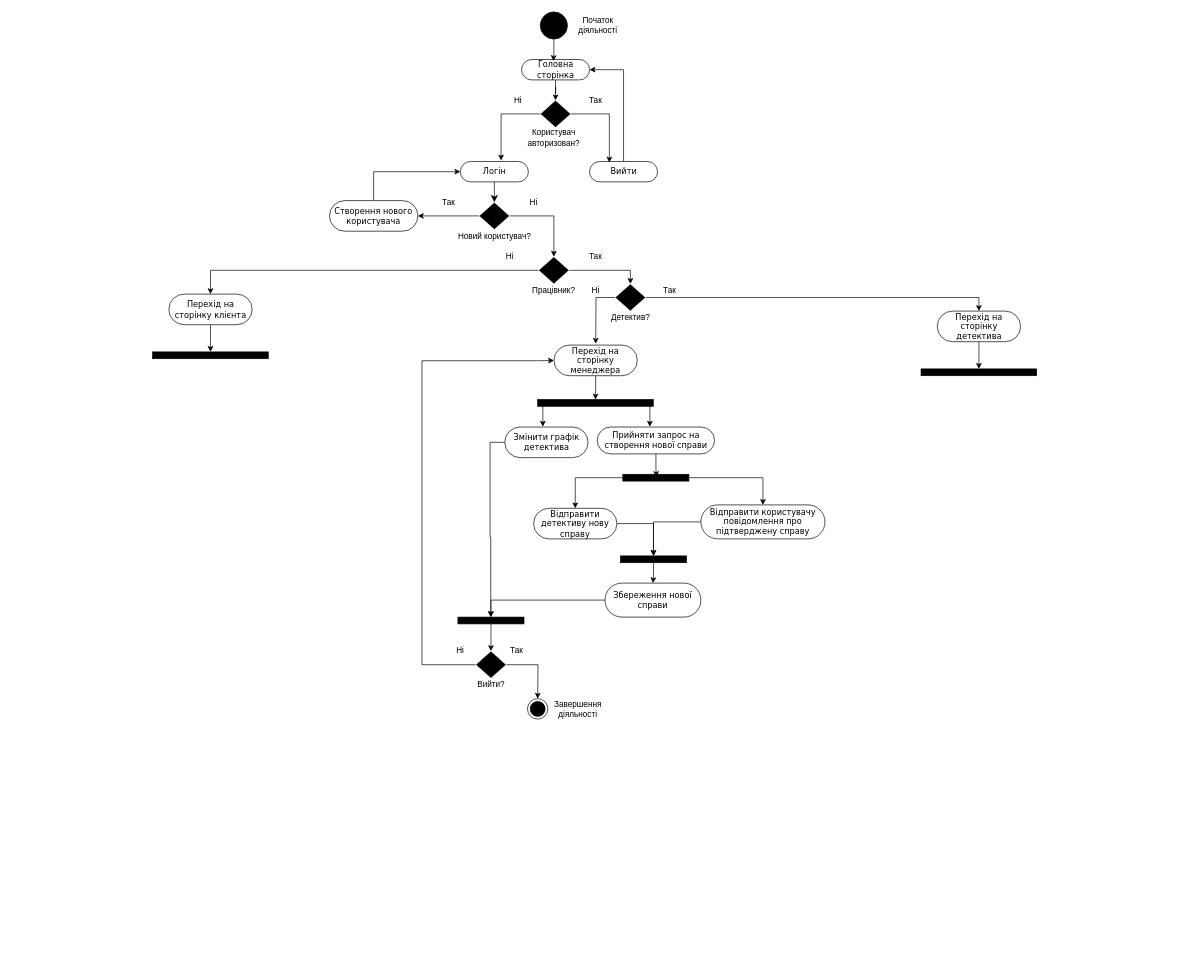
This is Діаграма без назви.drawio from Blaxwo/detective_agency, a draw.io file, before an edit. Source tidied: cells renumbered, new cells numbered last; positions are measured from the earlier drawing's top-left corner, leaving out a move shared by most shapes. Both pictures are drawn from the tidied source at 68%, with x=0, y=0 at pixel (152, 12).
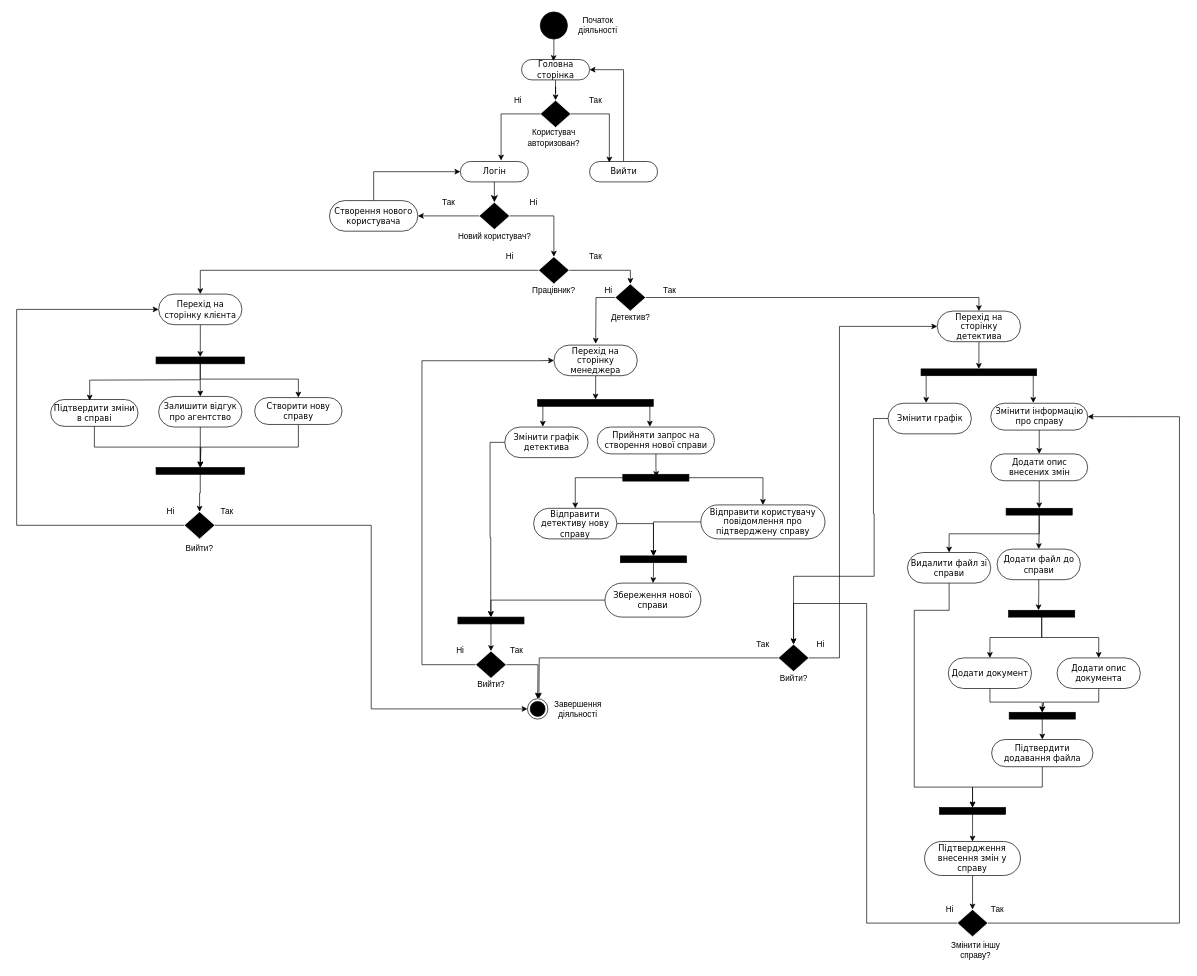
Above is the later version.

Commit message:
adding all the components

The change refers to these unchanged cells:
```xml
<mxCell id="62" style="ellipse;html=1;shape=endState;fillColor=#000000;strokeColor=#000000;" parent="1" vertex="1">
  <mxGeometry x="551.2" y="1010" width="30" height="30" as="geometry" />
</mxCell>
<mxCell id="72" value="Перехід на сторінку детектива" style="rounded=1;whiteSpace=wrap;html=1;shadow=0;comic=0;labelBackgroundColor=none;strokeWidth=1;fontFamily=Verdana;fontSize=12;align=center;arcSize=50;" parent="1" vertex="1">
  <mxGeometry x="1153.8" y="440" width="122.5" height="45" as="geometry" />
</mxCell>
```

Change to the diagram source:
```diff
@@
     <mxCell id="37" value="Ні" style="rounded=0;whiteSpace=wrap;html=1;fillColor=none;strokeColor=none;" parent="1" vertex="1">
-      <mxGeometry x="634" y="400" width="35" height="20" as="geometry" />
+      <mxGeometry x="652.9" y="400" width="35" height="20" as="geometry" />
     </mxCell>
@@
-    <mxCell id="65" style="whiteSpace=wrap;html=1;rounded=0;shadow=0;comic=0;labelBackgroundColor=none;strokeWidth=1;fillColor=#000000;fontFamily=Verdana;fontSize=12;align=center;rotation=0;" parent="1" vertex="1">
-      <mxGeometry y="500" width="170" height="10" as="geometry" />
-    </mxCell>
@@
-    <mxCell id="68" style="edgeStyle=orthogonalEdgeStyle;rounded=0;jettySize=auto;html=1;entryX=0.5;entryY=0;entryDx=0;entryDy=0;" parent="1" edge="1" source="69" target="65">
-      <mxGeometry relative="1" as="geometry" />
-    </mxCell>
+    <mxCell id="73" style="edgeStyle=orthogonalEdgeStyle;rounded=0;jettySize=auto;html=1;entryX=0.5;entryY=0;entryDx=0;entryDy=0;" parent="1" edge="1" source="69" target="80">
+      <mxGeometry relative="1" as="geometry" />
+    </mxCell>
     <mxCell id="69" value="Перехід на сторінку клієнта" style="rounded=1;whiteSpace=wrap;html=1;shadow=0;comic=0;labelBackgroundColor=none;strokeWidth=1;fontFamily=Verdana;fontSize=12;align=center;arcSize=50;" parent="1" vertex="1">
-      <mxGeometry x="23.8" y="415" width="122.5" height="45" as="geometry" />
+      <mxGeometry x="8.8" y="415" width="122.5" height="45" as="geometry" />
     </mxCell>
@@
+    <mxCell id="74" style="edgeStyle=orthogonalEdgeStyle;rounded=0;jettySize=auto;html=1;" parent="1" edge="1" source="75">
+      <mxGeometry relative="1" as="geometry">
+        <mxPoint x="70" y="670" as="targetPoint" />
+        <Array as="points">
+          <mxPoint x="214" y="640" />
+          <mxPoint x="71" y="640" />
+          <mxPoint x="71" y="670" />
+        </Array>
+      </mxGeometry>
+    </mxCell>
+    <mxCell id="75" value="Створити нову справу" style="rounded=1;whiteSpace=wrap;html=1;shadow=0;comic=0;labelBackgroundColor=none;strokeWidth=1;fontFamily=Verdana;fontSize=12;align=center;arcSize=50;" parent="1" vertex="1">
+      <mxGeometry x="150" y="567.2" width="128.5" height="39.5" as="geometry" />
+    </mxCell>
+    <mxCell id="76" style="edgeStyle=orthogonalEdgeStyle;rounded=0;jettySize=auto;html=1;exitX=0.5;exitY=1;exitDx=0;exitDy=0;entryX=0.5;entryY=0;entryDx=0;entryDy=0;" parent="1" edge="1" source="77" target="84">
+      <mxGeometry relative="1" as="geometry" />
+    </mxCell>
+    <mxCell id="77" value="Залишити відгук про агентство" style="rounded=1;whiteSpace=wrap;html=1;shadow=0;comic=0;labelBackgroundColor=none;strokeWidth=1;fontFamily=Verdana;fontSize=12;align=center;arcSize=50;" parent="1" vertex="1">
+      <mxGeometry x="8.8" y="565.5" width="122.5" height="45" as="geometry" />
+    </mxCell>
+    <mxCell id="78" style="edgeStyle=orthogonalEdgeStyle;rounded=0;jettySize=auto;html=1;" parent="1" edge="1" source="80" target="77">
+      <mxGeometry relative="1" as="geometry" />
+    </mxCell>
+    <mxCell id="79" style="edgeStyle=orthogonalEdgeStyle;rounded=0;jettySize=auto;html=1;entryX=0.5;entryY=0;entryDx=0;entryDy=0;" parent="1" edge="1" source="80" target="75">
+      <mxGeometry relative="1" as="geometry">
+        <Array as="points">
+          <mxPoint x="70" y="540" />
+          <mxPoint x="214" y="540" />
+        </Array>
+      </mxGeometry>
+    </mxCell>
+    <mxCell id="80" style="whiteSpace=wrap;html=1;rounded=0;shadow=0;comic=0;labelBackgroundColor=none;strokeWidth=1;fillColor=#000000;fontFamily=Verdana;fontSize=12;align=center;rotation=0;" parent="1" vertex="1">
+      <mxGeometry x="5" y="507.5" width="130" height="10" as="geometry" />
+    </mxCell>
+    <mxCell id="81" style="edgeStyle=orthogonalEdgeStyle;rounded=0;jettySize=auto;html=1;entryX=0.5;entryY=0;entryDx=0;entryDy=0;" parent="1" edge="1" source="82" target="84">
+      <mxGeometry relative="1" as="geometry">
+        <Array as="points">
+          <mxPoint x="-86" y="640" />
+          <mxPoint x="70" y="640" />
+        </Array>
+      </mxGeometry>
+    </mxCell>
+    <mxCell id="82" value="Підтвердити зміни в справі" style="rounded=1;whiteSpace=wrap;html=1;shadow=0;comic=0;labelBackgroundColor=none;strokeWidth=1;fontFamily=Verdana;fontSize=12;align=center;arcSize=50;" parent="1" vertex="1">
+      <mxGeometry x="-150" y="570" width="128.5" height="39.5" as="geometry" />
+    </mxCell>
+    <mxCell id="83" style="edgeStyle=orthogonalEdgeStyle;rounded=0;jettySize=auto;html=1;entryX=0.5;entryY=0;entryDx=0;entryDy=0;" parent="1" edge="1" source="84" target="88">
+      <mxGeometry relative="1" as="geometry" />
+    </mxCell>
+    <mxCell id="84" style="whiteSpace=wrap;html=1;rounded=0;shadow=0;comic=0;labelBackgroundColor=none;strokeWidth=1;fillColor=#000000;fontFamily=Verdana;fontSize=12;align=center;rotation=0;" parent="1" vertex="1">
+      <mxGeometry x="5" y="670" width="130" height="10" as="geometry" />
+    </mxCell>
+    <mxCell id="85" style="edgeStyle=orthogonalEdgeStyle;rounded=0;jettySize=auto;html=1;entryX=0.447;entryY=0.042;entryDx=0;entryDy=0;entryPerimeter=0;" parent="1" edge="1" target="82">
+      <mxGeometry relative="1" as="geometry">
+        <mxPoint x="70" y="541" as="sourcePoint" />
+      </mxGeometry>
+    </mxCell>
+    <mxCell id="86" style="edgeStyle=orthogonalEdgeStyle;rounded=0;jettySize=auto;html=1;entryX=0;entryY=0.5;entryDx=0;entryDy=0;" parent="1" edge="1" source="88" target="62">
+      <mxGeometry relative="1" as="geometry" />
+    </mxCell>
+    <mxCell id="87" style="edgeStyle=orthogonalEdgeStyle;rounded=0;jettySize=auto;html=1;entryX=0;entryY=0.5;entryDx=0;entryDy=0;" parent="1" edge="1" source="88" target="69">
+      <mxGeometry relative="1" as="geometry">
+        <Array as="points">
+          <mxPoint x="-200" y="755" />
+          <mxPoint x="-200" y="438" />
+        </Array>
+      </mxGeometry>
+    </mxCell>
+    <mxCell id="88" style="rhombus;whiteSpace=wrap;html=1;fillColor=#000000;strokeColor=#FFFFFF;" parent="1" vertex="1">
+      <mxGeometry x="46.5" y="735" width="45" height="40" as="geometry" />
+    </mxCell>
+    <mxCell id="89" value="Так" style="rounded=0;whiteSpace=wrap;html=1;fillColor=none;strokeColor=none;" parent="1" vertex="1">
+      <mxGeometry x="91.5" y="725" width="35" height="20" as="geometry" />
+    </mxCell>
+    <mxCell id="90" value="Ні" style="rounded=0;whiteSpace=wrap;html=1;fillColor=none;strokeColor=none;" parent="1" vertex="1">
+      <mxGeometry x="8.8" y="725" width="35" height="20" as="geometry" />
+    </mxCell>
+    <mxCell id="91" value="Вийти?" style="rounded=0;whiteSpace=wrap;html=1;fillColor=none;strokeColor=none;" parent="1" vertex="1">
+      <mxGeometry x="40.9" y="780" width="56.2" height="20" as="geometry" />
+    </mxCell>
+    <mxCell id="92" style="edgeStyle=orthogonalEdgeStyle;rounded=0;jettySize=auto;html=1;entryX=0.5;entryY=0;entryDx=0;entryDy=0;exitX=0.5;exitY=1;exitDx=0;exitDy=0;" parent="1" edge="1" source="94" target="102">
+      <mxGeometry relative="1" as="geometry" />
+    </mxCell>
+    <mxCell id="93" style="edgeStyle=orthogonalEdgeStyle;rounded=0;jettySize=auto;html=1;exitX=0.5;exitY=1;exitDx=0;exitDy=0;entryX=0.5;entryY=0;entryDx=0;entryDy=0;" parent="1" edge="1" source="94" target="108">
+      <mxGeometry relative="1" as="geometry" />
+    </mxCell>
+    <mxCell id="94" style="whiteSpace=wrap;html=1;rounded=0;shadow=0;comic=0;labelBackgroundColor=none;strokeWidth=1;fillColor=#000000;fontFamily=Verdana;fontSize=12;align=center;rotation=0;" parent="1" vertex="1">
+      <mxGeometry x="1255.1" y="730" width="97.2" height="10" as="geometry" />
+    </mxCell>
+    <mxCell id="95" style="endArrow=classic;html=1;rounded=0;" parent="1" edge="1">
+      <mxGeometry relative="1" as="geometry">
+        <mxPoint x="1137.5" y="535" as="sourcePoint" />
+        <mxPoint x="1137.5" y="575" as="targetPoint" />
+      </mxGeometry>
+    </mxCell>
+    <mxCell id="96" style="endArrow=classic;html=1;rounded=0;" parent="1" edge="1">
+      <mxGeometry relative="1" as="geometry">
+        <mxPoint x="1295" y="535" as="sourcePoint" />
+        <mxPoint x="1295" y="575" as="targetPoint" />
+      </mxGeometry>
+    </mxCell>
+    <mxCell id="97" style="edgeStyle=orthogonalEdgeStyle;rounded=0;jettySize=auto;html=1;entryX=0.5;entryY=0;entryDx=0;entryDy=0;" parent="1" edge="1" source="98" target="110">
+      <mxGeometry relative="1" as="geometry" />
+    </mxCell>
+    <mxCell id="98" value="Змінити інформацію про справу" style="rounded=1;whiteSpace=wrap;html=1;shadow=0;comic=0;labelBackgroundColor=none;strokeWidth=1;fontFamily=Verdana;fontSize=12;align=center;arcSize=50;" parent="1" vertex="1">
+      <mxGeometry x="1232.5" y="575.5" width="142.5" height="39.5" as="geometry" />
+    </mxCell>
+    <mxCell id="99" style="edgeStyle=orthogonalEdgeStyle;rounded=0;jettySize=auto;html=1;entryX=0.5;entryY=0;entryDx=0;entryDy=0;" parent="1" edge="1" source="100" target="124">
+      <mxGeometry relative="1" as="geometry">
+        <Array as="points">
+          <mxPoint x="1060" y="598" />
+          <mxPoint x="1060" y="738" />
+          <mxPoint x="1061" y="738" />
+          <mxPoint x="1061" y="830" />
+          <mxPoint x="943" y="830" />
+        </Array>
+      </mxGeometry>
+    </mxCell>
+    <mxCell id="100" value="Змінити графік" style="rounded=1;whiteSpace=wrap;html=1;shadow=0;comic=0;labelBackgroundColor=none;strokeWidth=1;fontFamily=Verdana;fontSize=12;align=center;arcSize=50;" parent="1" vertex="1">
+      <mxGeometry x="1081.5" y="575.5" width="122.5" height="45" as="geometry" />
+    </mxCell>
+    <mxCell id="101" style="edgeStyle=orthogonalEdgeStyle;rounded=0;jettySize=auto;html=1;entryX=0.5;entryY=0;entryDx=0;entryDy=0;exitX=0.5;exitY=1;exitDx=0;exitDy=0;" parent="1" edge="1" source="102" target="106">
+      <mxGeometry relative="1" as="geometry">
+        <Array as="points">
+          <mxPoint x="1171" y="880" />
+          <mxPoint x="1120" y="880" />
+          <mxPoint x="1120" y="1140" />
+          <mxPoint x="1206" y="1140" />
+        </Array>
+      </mxGeometry>
+    </mxCell>
+    <mxCell id="102" value="Видалити файл зі справи" style="rounded=1;whiteSpace=wrap;html=1;shadow=0;comic=0;labelBackgroundColor=none;strokeWidth=1;fontFamily=Verdana;fontSize=12;align=center;arcSize=50;" parent="1" vertex="1">
+      <mxGeometry x="1110" y="795" width="122.5" height="45" as="geometry" />
+    </mxCell>
+    <mxCell id="103" style="edgeStyle=orthogonalEdgeStyle;rounded=0;jettySize=auto;html=1;entryX=0.5;entryY=0;entryDx=0;entryDy=0;" parent="1" edge="1" source="104" target="130">
+      <mxGeometry relative="1" as="geometry" />
+    </mxCell>
+    <mxCell id="104" value="Підтвердження внесення змін у справу" style="rounded=1;whiteSpace=wrap;html=1;shadow=0;comic=0;labelBackgroundColor=none;strokeWidth=1;fontFamily=Verdana;fontSize=12;align=center;arcSize=50;" parent="1" vertex="1">
+      <mxGeometry x="1135.2" y="1220" width="141" height="50" as="geometry" />
+    </mxCell>
+    <mxCell id="105" style="edgeStyle=orthogonalEdgeStyle;rounded=0;jettySize=auto;html=1;" parent="1" edge="1" source="106" target="104">
+      <mxGeometry relative="1" as="geometry" />
+    </mxCell>
+    <mxCell id="106" style="whiteSpace=wrap;html=1;rounded=0;shadow=0;comic=0;labelBackgroundColor=none;strokeWidth=1;fillColor=#000000;fontFamily=Verdana;fontSize=12;align=center;rotation=0;" parent="1" vertex="1">
+      <mxGeometry x="1157.1" y="1170" width="97.2" height="10" as="geometry" />
+    </mxCell>
+    <mxCell id="107" style="edgeStyle=orthogonalEdgeStyle;rounded=0;jettySize=auto;html=1;entryX=0.5;entryY=0;entryDx=0;entryDy=0;exitX=0;exitY=0.5;exitDx=0;exitDy=0;" parent="1" edge="1" source="130" target="124">
+      <mxGeometry relative="1" as="geometry">
+        <Array as="points">
+          <mxPoint x="1050" y="1340" />
+          <mxPoint x="1050" y="870" />
+          <mxPoint x="943" y="870" />
+        </Array>
+      </mxGeometry>
+    </mxCell>
+    <mxCell id="108" value="Додати файл до справи" style="rounded=1;whiteSpace=wrap;html=1;shadow=0;comic=0;labelBackgroundColor=none;strokeWidth=1;fontFamily=Verdana;fontSize=12;align=center;arcSize=50;" parent="1" vertex="1">
+      <mxGeometry x="1241.8" y="790" width="122.5" height="45" as="geometry" />
+    </mxCell>
+    <mxCell id="109" style="edgeStyle=orthogonalEdgeStyle;rounded=0;jettySize=auto;html=1;entryX=0.5;entryY=0;entryDx=0;entryDy=0;" parent="1" edge="1" source="110" target="94">
+      <mxGeometry relative="1" as="geometry" />
+    </mxCell>
+    <mxCell id="110" value="Додати опис внесених змін" style="rounded=1;whiteSpace=wrap;html=1;shadow=0;comic=0;labelBackgroundColor=none;strokeWidth=1;fontFamily=Verdana;fontSize=12;align=center;arcSize=50;" parent="1" vertex="1">
+      <mxGeometry x="1232.5" y="650" width="142.5" height="39.5" as="geometry" />
+    </mxCell>
+    <mxCell id="111" style="edgeStyle=orthogonalEdgeStyle;rounded=0;jettySize=auto;html=1;entryX=0.5;entryY=0;entryDx=0;entryDy=0;exitX=0.5;exitY=1;exitDx=0;exitDy=0;" parent="1" edge="1" source="113" target="115">
+      <mxGeometry relative="1" as="geometry" />
+    </mxCell>
+    <mxCell id="112" style="edgeStyle=orthogonalEdgeStyle;rounded=0;jettySize=auto;html=1;entryX=0.5;entryY=0;entryDx=0;entryDy=0;" parent="1" edge="1" source="113" target="117">
+      <mxGeometry relative="1" as="geometry" />
+    </mxCell>
+    <mxCell id="113" style="whiteSpace=wrap;html=1;rounded=0;shadow=0;comic=0;labelBackgroundColor=none;strokeWidth=1;fillColor=#000000;fontFamily=Verdana;fontSize=12;align=center;rotation=0;" parent="1" vertex="1">
+      <mxGeometry x="1258.8" y="880" width="97.2" height="10" as="geometry" />
+    </mxCell>
+    <mxCell id="114" style="edgeStyle=orthogonalEdgeStyle;rounded=0;jettySize=auto;html=1;entryX=0.5;entryY=0;entryDx=0;entryDy=0;" parent="1" edge="1" source="115" target="122">
+      <mxGeometry relative="1" as="geometry" />
+    </mxCell>
+    <mxCell id="115" value="Додати документ" style="rounded=1;whiteSpace=wrap;html=1;shadow=0;comic=0;labelBackgroundColor=none;strokeWidth=1;fontFamily=Verdana;fontSize=12;align=center;arcSize=50;" parent="1" vertex="1">
+      <mxGeometry x="1170" y="950" width="122.5" height="45" as="geometry" />
+    </mxCell>
+    <mxCell id="116" style="edgeStyle=orthogonalEdgeStyle;rounded=0;jettySize=auto;html=1;entryX=0.5;entryY=0;entryDx=0;entryDy=0;" parent="1" edge="1" source="117" target="122">
+      <mxGeometry relative="1" as="geometry">
+        <Array as="points">
+          <mxPoint x="1391" y="1015" />
+          <mxPoint x="1310" y="1015" />
+          <mxPoint x="1310" y="1020" />
+          <mxPoint x="1308" y="1020" />
+        </Array>
+      </mxGeometry>
+    </mxCell>
+    <mxCell id="117" value="Додати опис документа" style="rounded=1;whiteSpace=wrap;html=1;shadow=0;comic=0;labelBackgroundColor=none;strokeWidth=1;fontFamily=Verdana;fontSize=12;align=center;arcSize=50;" parent="1" vertex="1">
+      <mxGeometry x="1330" y="950" width="122.5" height="45" as="geometry" />
+    </mxCell>
+    <mxCell id="118" style="edgeStyle=orthogonalEdgeStyle;rounded=0;jettySize=auto;html=1;entryX=0.452;entryY=0;entryDx=0;entryDy=0;entryPerimeter=0;" parent="1" edge="1" source="108" target="113">
+      <mxGeometry relative="1" as="geometry" />
+    </mxCell>
+    <mxCell id="119" style="edgeStyle=orthogonalEdgeStyle;rounded=0;jettySize=auto;html=1;entryX=0.5;entryY=0;entryDx=0;entryDy=0;" parent="1" edge="1" source="120" target="106">
+      <mxGeometry relative="1" as="geometry" />
+    </mxCell>
+    <mxCell id="120" value="Підтвердити додавання файла" style="rounded=1;whiteSpace=wrap;html=1;shadow=0;comic=0;labelBackgroundColor=none;strokeWidth=1;fontFamily=Verdana;fontSize=12;align=center;arcSize=50;" parent="1" vertex="1">
+      <mxGeometry x="1233.8" y="1070" width="149" height="40" as="geometry" />
+    </mxCell>
+    <mxCell id="121" style="edgeStyle=orthogonalEdgeStyle;rounded=0;jettySize=auto;html=1;entryX=0.5;entryY=0;entryDx=0;entryDy=0;" parent="1" edge="1" source="122" target="120">
+      <mxGeometry relative="1" as="geometry" />
+    </mxCell>
+    <mxCell id="122" style="whiteSpace=wrap;html=1;rounded=0;shadow=0;comic=0;labelBackgroundColor=none;strokeWidth=1;fillColor=#000000;fontFamily=Verdana;fontSize=12;align=center;rotation=0;" parent="1" vertex="1">
+      <mxGeometry x="1259.6" y="1030" width="97.2" height="10" as="geometry" />
+    </mxCell>
+    <mxCell id="123" style="edgeStyle=orthogonalEdgeStyle;rounded=0;jettySize=auto;html=1;entryX=0;entryY=0.5;entryDx=0;entryDy=0;" parent="1" edge="1" source="124" target="72">
+      <mxGeometry relative="1" as="geometry">
+        <Array as="points">
+          <mxPoint x="1010" y="950" />
+          <mxPoint x="1010" y="463" />
+        </Array>
+      </mxGeometry>
+    </mxCell>
+    <mxCell id="124" style="rhombus;whiteSpace=wrap;html=1;fillColor=#000000;strokeColor=#FFFFFF;" parent="1" vertex="1">
+      <mxGeometry x="920" y="930" width="45" height="40" as="geometry" />
+    </mxCell>
+    <mxCell id="125" value="Вийти?" style="rounded=0;whiteSpace=wrap;html=1;fillColor=none;strokeColor=none;" parent="1" vertex="1">
+      <mxGeometry x="915" y="970" width="56.2" height="20" as="geometry" />
+    </mxCell>
+    <mxCell id="126" value="Так" style="rounded=0;whiteSpace=wrap;html=1;fillColor=none;strokeColor=none;" parent="1" vertex="1">
+      <mxGeometry x="880" y="920" width="35" height="20" as="geometry" />
+    </mxCell>
+    <mxCell id="127" value="Ні" style="rounded=0;whiteSpace=wrap;html=1;fillColor=none;strokeColor=none;" parent="1" vertex="1">
+      <mxGeometry x="965" y="920" width="35" height="20" as="geometry" />
+    </mxCell>
+    <mxCell id="128" style="edgeStyle=orthogonalEdgeStyle;rounded=0;jettySize=auto;html=1;" parent="1" edge="1" source="124">
+      <mxGeometry relative="1" as="geometry">
+        <mxPoint x="568" y="1010" as="targetPoint" />
+      </mxGeometry>
+    </mxCell>
+    <mxCell id="129" style="edgeStyle=orthogonalEdgeStyle;rounded=0;jettySize=auto;html=1;entryX=1;entryY=0.5;entryDx=0;entryDy=0;" parent="1" edge="1" source="130" target="98">
+      <mxGeometry relative="1" as="geometry">
+        <Array as="points">
+          <mxPoint x="1510" y="1340" />
+          <mxPoint x="1510" y="595" />
+        </Array>
+      </mxGeometry>
+    </mxCell>
+    <mxCell id="130" style="rhombus;whiteSpace=wrap;html=1;fillColor=#000000;strokeColor=#FFFFFF;" parent="1" vertex="1">
+      <mxGeometry x="1183.2" y="1320" width="45" height="40" as="geometry" />
+    </mxCell>
+    <mxCell id="131" value="Змінити іншу справу?" style="rounded=0;whiteSpace=wrap;html=1;fillColor=none;strokeColor=none;" parent="1" vertex="1">
+      <mxGeometry x="1163.4" y="1360" width="95.4" height="40" as="geometry" />
+    </mxCell>
+    <mxCell id="132" value="Так" style="rounded=0;whiteSpace=wrap;html=1;fillColor=none;strokeColor=none;" parent="1" vertex="1">
+      <mxGeometry x="1224.6" y="1310" width="35" height="20" as="geometry" />
+    </mxCell>
+    <mxCell id="133" value="Ні" style="rounded=0;whiteSpace=wrap;html=1;fillColor=none;strokeColor=none;" parent="1" vertex="1">
+      <mxGeometry x="1154.5" y="1310" width="35" height="20" as="geometry" />
+    </mxCell>
```
